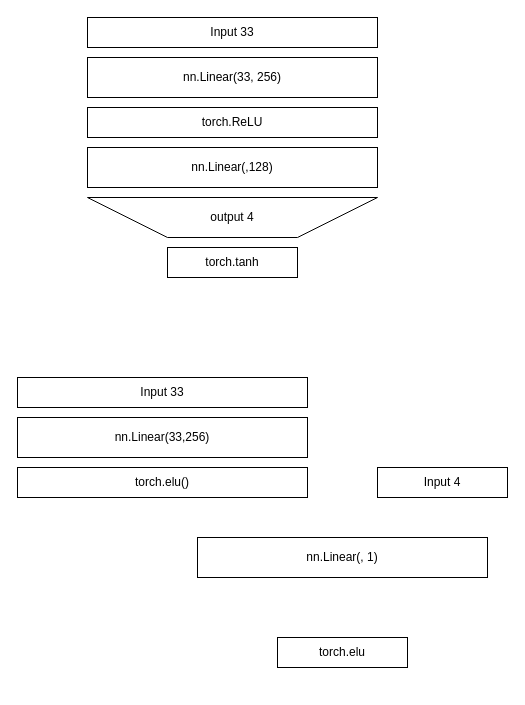
asiopueo/udacity-rl-p2 keeps this draw.io diagram as p2_nn_critic.drawio. Above is the earlier version. Source tidied: cells renumbered, new cells numbered last; positions are measured from the earlier drawing's top-left corner, leaving out a move shared by most shapes. Both pictures are drawn from the tidied source at 100%, with x=0, y=0 at pixel (17, 17).
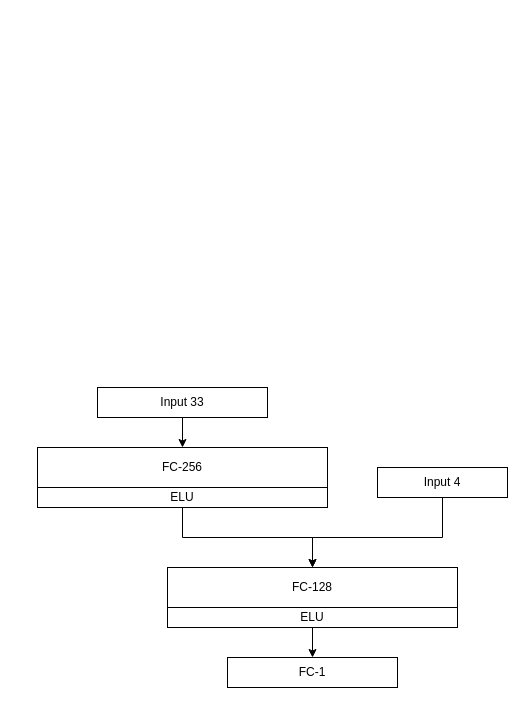
The same diagram, later.

Commit message (it also covers changes not shown here):
Redrawn diagrams

The edit, as a diff of the source:
```diff
@@
 <mxGraphModel>
   <root>
     <mxCell id="0" />
     <mxCell id="1" parent="0" />
-    <mxCell id="2" value="nn.Linear(33, 256)" style="rounded=0;whiteSpace=wrap;html=1;" parent="1" vertex="1">
-      <mxGeometry x="70" y="40" width="290" height="40" as="geometry" />
-    </mxCell>
-    <mxCell id="3" value="torch.ReLU" style="rounded=0;whiteSpace=wrap;html=1;" parent="1" vertex="1">
-      <mxGeometry x="70" y="90" width="290" height="30" as="geometry" />
-    </mxCell>
-    <mxCell id="4" value="nn.Linear(,128)" style="rounded=0;whiteSpace=wrap;html=1;" parent="1" vertex="1">
-      <mxGeometry x="70" y="130" width="290" height="40" as="geometry" />
-    </mxCell>
-    <mxCell id="5" value="torch.tanh" style="rounded=0;whiteSpace=wrap;html=1;" parent="1" vertex="1">
-      <mxGeometry x="150" y="230" width="130" height="30" as="geometry" />
-    </mxCell>
-    <mxCell id="6" value="output 4" style="shape=trapezoid;perimeter=trapezoidPerimeter;whiteSpace=wrap;html=1;fixedSize=1;flipH=0;flipV=1;size=80;" parent="1" vertex="1">
-      <mxGeometry x="70" y="180" width="290" height="40" as="geometry" />
-    </mxCell>
-    <mxCell id="7" value="Input 33" style="rounded=0;whiteSpace=wrap;html=1;" parent="1" vertex="1">
-      <mxGeometry x="70" width="290" height="30" as="geometry" />
-    </mxCell>
-    <mxCell id="8" value="nn.Linear(33,256)" style="rounded=0;whiteSpace=wrap;html=1;" parent="1" vertex="1">
-      <mxGeometry y="400" width="290" height="40" as="geometry" />
-    </mxCell>
-    <mxCell id="9" value="torch.elu()" style="rounded=0;whiteSpace=wrap;html=1;" parent="1" vertex="1">
-      <mxGeometry y="450" width="290" height="30" as="geometry" />
-    </mxCell>
-    <mxCell id="10" value="nn.Linear(, 1)" style="rounded=0;whiteSpace=wrap;html=1;" parent="1" vertex="1">
-      <mxGeometry x="180" y="520" width="290" height="40" as="geometry" />
-    </mxCell>
-    <mxCell id="11" value="torch.elu" style="rounded=0;whiteSpace=wrap;html=1;" parent="1" vertex="1">
-      <mxGeometry x="260" y="620" width="130" height="30" as="geometry" />
-    </mxCell>
-    <mxCell id="12" value="Input 33" style="rounded=0;whiteSpace=wrap;html=1;" parent="1" vertex="1">
-      <mxGeometry y="360" width="290" height="30" as="geometry" />
-    </mxCell>
+    <mxCell id="14" value="FC-256" style="rounded=0;whiteSpace=wrap;html=1;" parent="1" vertex="1">
+      <mxGeometry x="20" y="430" width="290" height="40" as="geometry" />
+    </mxCell>
+    <mxCell id="15" style="edgeStyle=orthogonalEdgeStyle;rounded=0;jettySize=auto;html=1;exitX=0.5;exitY=1;exitDx=0;exitDy=0;entryX=0.5;entryY=0;entryDx=0;entryDy=0;strokeWidth=1;" parent="1" edge="1" source="16" target="17">
+      <mxGeometry relative="1" as="geometry" />
+    </mxCell>
+    <mxCell id="16" value="ELU" style="rounded=0;whiteSpace=wrap;html=1;" parent="1" vertex="1">
+      <mxGeometry x="20" y="470" width="290" height="20" as="geometry" />
+    </mxCell>
+    <mxCell id="17" value="FC-128" style="rounded=0;whiteSpace=wrap;html=1;" parent="1" vertex="1">
+      <mxGeometry x="150" y="550" width="290" height="40" as="geometry" />
+    </mxCell>
+    <mxCell id="18" style="edgeStyle=orthogonalEdgeStyle;rounded=0;jettySize=auto;html=1;exitX=0.5;exitY=1;exitDx=0;exitDy=0;entryX=0.5;entryY=0;entryDx=0;entryDy=0;strokeWidth=1;" parent="1" edge="1" source="19" target="24">
+      <mxGeometry relative="1" as="geometry" />
+    </mxCell>
+    <mxCell id="19" value="ELU" style="rounded=0;whiteSpace=wrap;html=1;" parent="1" vertex="1">
+      <mxGeometry x="150" y="590" width="290" height="20" as="geometry" />
+    </mxCell>
+    <mxCell id="20" style="edgeStyle=orthogonalEdgeStyle;rounded=0;jettySize=auto;html=1;exitX=0.5;exitY=1;exitDx=0;exitDy=0;entryX=0.5;entryY=0;entryDx=0;entryDy=0;strokeWidth=1;" parent="1" edge="1" source="21" target="14">
+      <mxGeometry relative="1" as="geometry" />
+    </mxCell>
+    <mxCell id="21" value="Input 33" style="rounded=0;whiteSpace=wrap;html=1;" parent="1" vertex="1">
+      <mxGeometry x="80" y="370" width="170" height="30" as="geometry" />
+    </mxCell>
+    <mxCell id="22" style="edgeStyle=orthogonalEdgeStyle;rounded=0;jettySize=auto;html=1;exitX=0.5;exitY=1;exitDx=0;exitDy=0;entryX=0.5;entryY=0;entryDx=0;entryDy=0;strokeWidth=1;" parent="1" edge="1" source="13" target="17">
+      <mxGeometry relative="1" as="geometry">
+        <Array as="points">
+          <mxPoint x="425" y="520" />
+          <mxPoint x="295" y="520" />
+        </Array>
+      </mxGeometry>
+    </mxCell>
     <mxCell id="13" value="Input 4" style="rounded=0;whiteSpace=wrap;html=1;" parent="1" vertex="1">
       <mxGeometry x="360" y="450" width="130" height="30" as="geometry" />
     </mxCell>
+    <mxCell id="23" style="edgeStyle=orthogonalEdgeStyle;rounded=0;orthogonalLoop=1;jettySize=auto;html=1;exitX=0.5;exitY=1;exitDx=0;exitDy=0;strokeWidth=1;" parent="1" edge="1" source="19" target="19">
+      <mxGeometry relative="1" as="geometry" />
+    </mxCell>
+    <mxCell id="24" value="FC-1" style="rounded=0;whiteSpace=wrap;html=1;" parent="1" vertex="1">
+      <mxGeometry x="210" y="640" width="170" height="30" as="geometry" />
+    </mxCell>
   </root>
 </mxGraphModel>
```
